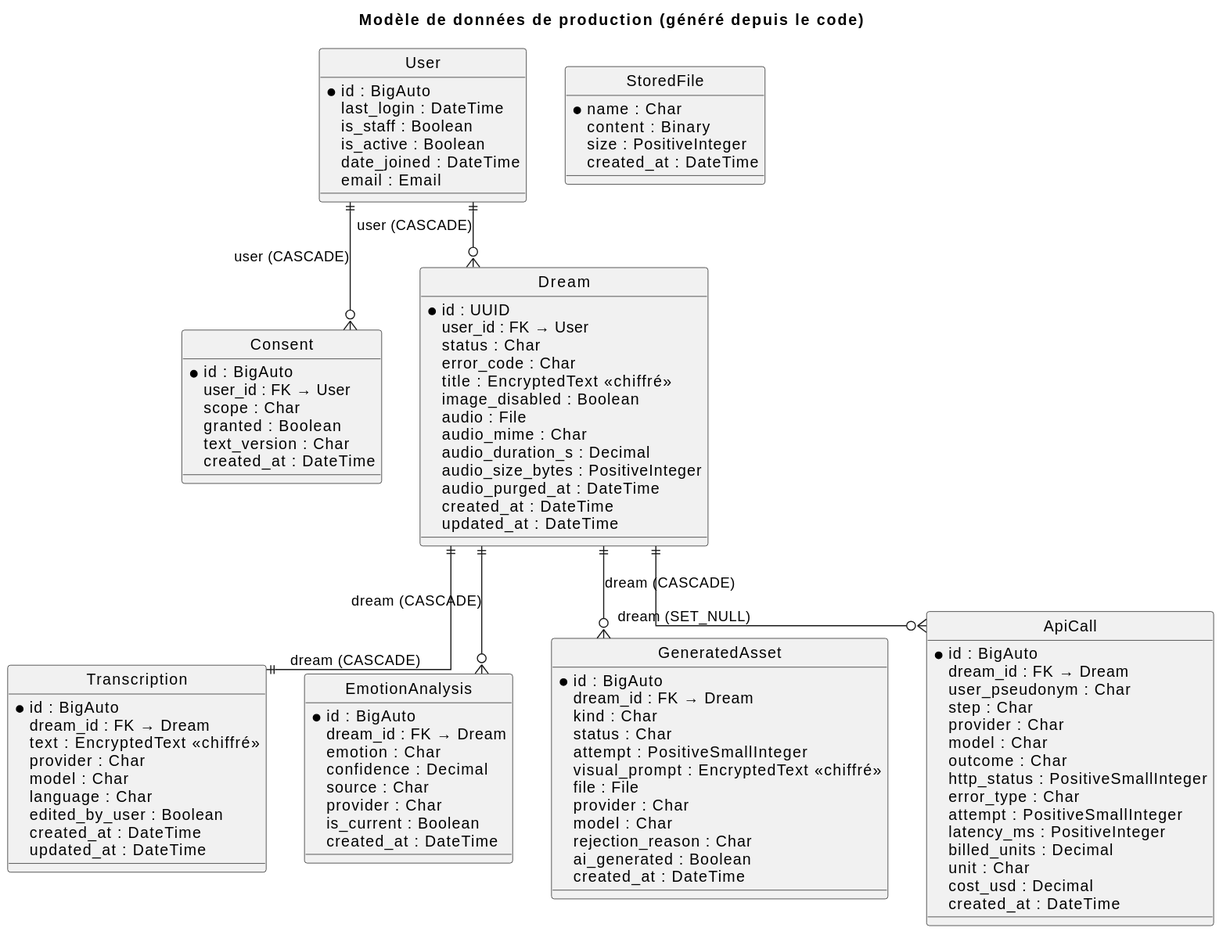
The PlantUML diagram docs/diagrams/erd.svg in BrownGreg/dream, before a commit.
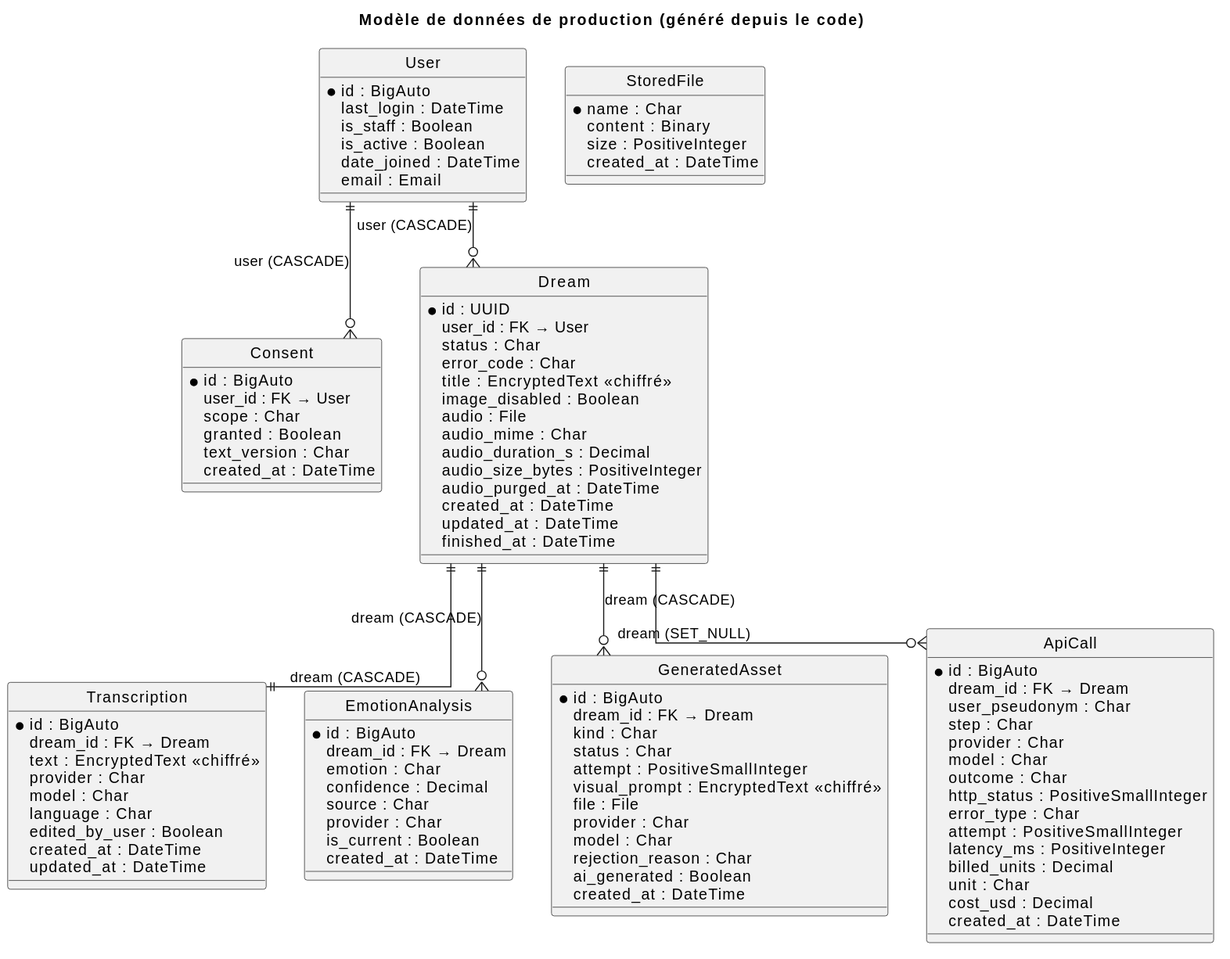
Above is the later version.

Commit message:
docs(DREAM-22): ERD régénéré avec Dream.finished_at

What changed in the source:
```diff
@@ -32,6 +32,7 @@
   audio_purged_at : DateTime
   created_at : DateTime
   updated_at : DateTime
+  finished_at : DateTime
 }
 entity Transcription {
   * id : BigAuto
```
